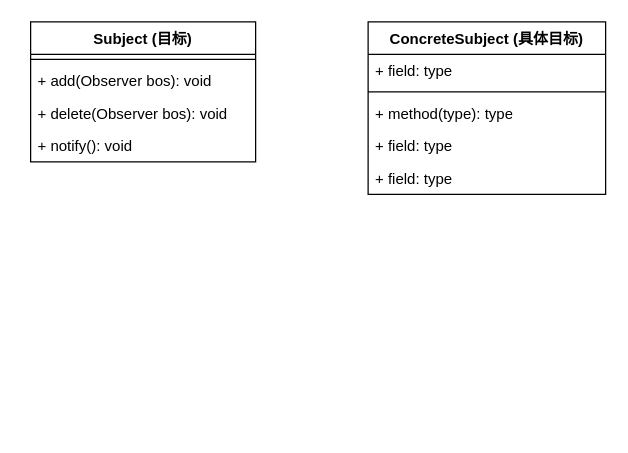
Above: drawio/观察者模式结构图.drawio in stick-i/resources (draw.io), before the change. Source tidied: cells renumbered, new cells numbered last; positions are measured from the earlier drawing's top-left corner, leaving out a move shared by most shapes. Both pictures are drawn from the tidied source at 125%, with x=0, y=0 at pixel (30, 21).
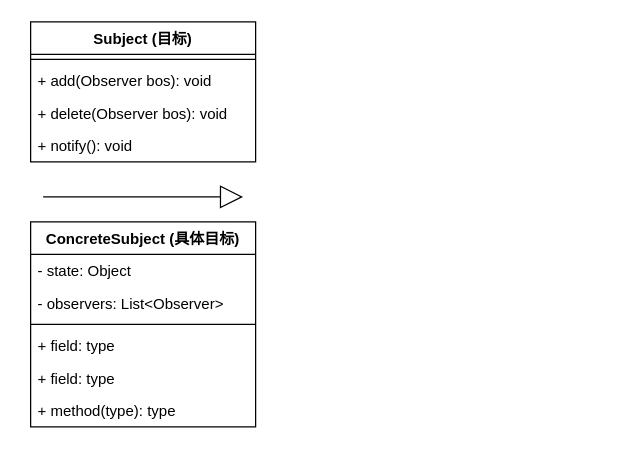
After the change.

Commit message (it also covers changes not shown here):
更新观察者模式结构图.drawio

The edit, as a diff of the source:
```diff
@@
 <mxGraphModel>
   <root>
     <mxCell id="0" />
     <mxCell id="1" parent="0" />
     <mxCell id="2" value="Subject (目标)" style="swimlane;fontStyle=1;align=center;verticalAlign=top;horizontal=1;startSize=26;whiteSpace=wrap;html=1;" parent="1" vertex="1">
       <mxGeometry width="180" height="112" as="geometry" />
     </mxCell>
     <mxCell id="3" style="line;strokeWidth=1;fillColor=none;align=left;verticalAlign=middle;spacingTop=-1;spacingLeft=3;spacingRight=3;labelPosition=right;strokeColor=inherit;" parent="2" vertex="1">
       <mxGeometry y="26" width="180" height="8" as="geometry" />
     </mxCell>
     <mxCell id="4" value="+ add(Observer bos): void" style="text;strokeColor=none;fillColor=none;align=left;verticalAlign=top;spacingLeft=4;spacingRight=4;overflow=hidden;whiteSpace=wrap;html=1;" parent="2" vertex="1">
       <mxGeometry y="34" width="180" height="26" as="geometry" />
     </mxCell>
     <mxCell id="5" value="+ delete(Observer bos): void" style="text;strokeColor=none;fillColor=none;align=left;verticalAlign=top;spacingLeft=4;spacingRight=4;overflow=hidden;whiteSpace=wrap;html=1;" parent="2" vertex="1">
       <mxGeometry y="60" width="180" height="26" as="geometry" />
     </mxCell>
     <mxCell id="6" value="+ notify(): void" style="text;strokeColor=none;fillColor=none;align=left;verticalAlign=top;spacingLeft=4;spacingRight=4;overflow=hidden;whiteSpace=wrap;html=1;" parent="2" vertex="1">
       <mxGeometry y="86" width="180" height="26" as="geometry" />
     </mxCell>
     <mxCell id="7" value="ConcreteSubject (具体目标)" style="swimlane;fontStyle=1;align=center;verticalAlign=top;horizontal=1;startSize=26;whiteSpace=wrap;html=1;" parent="1" vertex="1">
-      <mxGeometry x="270" width="190" height="138" as="geometry" />
+      <mxGeometry y="160" width="180" height="164" as="geometry" />
     </mxCell>
-    <mxCell id="8" value="+ field: type" style="text;strokeColor=none;fillColor=none;align=left;verticalAlign=top;spacingLeft=4;spacingRight=4;overflow=hidden;whiteSpace=wrap;html=1;" parent="7" vertex="1">
-      <mxGeometry y="26" width="190" height="26" as="geometry" />
+    <mxCell id="8" value="-&lt;span style=&quot;background-color: initial;&quot;&gt;&amp;nbsp;state: Object&lt;/span&gt;" style="text;strokeColor=none;fillColor=none;align=left;verticalAlign=top;spacingLeft=4;spacingRight=4;overflow=hidden;whiteSpace=wrap;html=1;" parent="7" vertex="1">
+      <mxGeometry y="26" width="180" height="26" as="geometry" />
     </mxCell>
+    <mxCell id="10" value="- observers: List&amp;lt;Observer&amp;gt;" style="text;strokeColor=none;fillColor=none;align=left;verticalAlign=top;spacingLeft=4;spacingRight=4;overflow=hidden;whiteSpace=wrap;html=1;" parent="7" vertex="1">
+      <mxGeometry y="52" width="180" height="26" as="geometry" />
+    </mxCell>
     <mxCell id="9" style="line;strokeWidth=1;fillColor=none;align=left;verticalAlign=middle;spacingTop=-1;spacingLeft=3;spacingRight=3;labelPosition=right;strokeColor=inherit;" parent="7" vertex="1">
-      <mxGeometry y="52" width="190" height="8" as="geometry" />
+      <mxGeometry y="78" width="180" height="8" as="geometry" />
     </mxCell>
-    <mxCell id="10" value="+ method(type): type" style="text;strokeColor=none;fillColor=none;align=left;verticalAlign=top;spacingLeft=4;spacingRight=4;overflow=hidden;whiteSpace=wrap;html=1;" parent="7" vertex="1">
-      <mxGeometry y="60" width="190" height="26" as="geometry" />
-    </mxCell>
     <mxCell id="11" value="+ field: type" style="text;strokeColor=none;fillColor=none;align=left;verticalAlign=top;spacingLeft=4;spacingRight=4;overflow=hidden;whiteSpace=wrap;html=1;" parent="7" vertex="1">
-      <mxGeometry y="86" width="190" height="26" as="geometry" />
+      <mxGeometry y="86" width="180" height="26" as="geometry" />
     </mxCell>
     <mxCell id="12" value="+ field: type" style="text;strokeColor=none;fillColor=none;align=left;verticalAlign=top;spacingLeft=4;spacingRight=4;overflow=hidden;whiteSpace=wrap;html=1;" parent="7" vertex="1">
-      <mxGeometry y="112" width="190" height="26" as="geometry" />
+      <mxGeometry y="112" width="180" height="26" as="geometry" />
     </mxCell>
+    <mxCell id="13" value="+ method(type): type" style="text;strokeColor=none;fillColor=none;align=left;verticalAlign=top;spacingLeft=4;spacingRight=4;overflow=hidden;whiteSpace=wrap;html=1;" parent="7" vertex="1">
+      <mxGeometry y="138" width="180" height="26" as="geometry" />
+    </mxCell>
+    <mxCell id="14" style="endArrow=block;endSize=16;endFill=0;html=1;rounded=0;" parent="1" edge="1">
+      <mxGeometry relative="1" as="geometry">
+        <mxPoint x="10" y="140" as="sourcePoint" />
+        <mxPoint x="170" y="140" as="targetPoint" />
+      </mxGeometry>
+    </mxCell>
   </root>
 </mxGraphModel>
```
